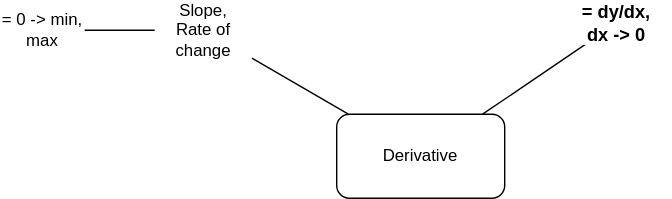
Earlier version of the draw.io export math/resources/calculus.drawio.svg (hungcq/knowledge-repo). Source tidied: cells renumbered, new cells last; positions are measured from the earlier drawing's top-left corner, leaving out a move shared by most shapes. The source it was exported from:
```xml
<mxGraphModel>
  <root>
    <mxCell id="0" />
    <mxCell id="1" parent="0" />
    <mxCell id="2" style="rounded=0;jettySize=auto;html=1;endArrow=none;endFill=0;" parent="1" edge="1" source="4" target="6">
      <mxGeometry relative="1" as="geometry" />
    </mxCell>
    <mxCell id="3" style="edgeStyle=none;shape=connector;rounded=0;jettySize=auto;html=1;strokeColor=default;align=center;verticalAlign=middle;fontFamily=Helvetica;fontSize=11;fontColor=default;labelBackgroundColor=default;endArrow=none;endFill=0;" parent="1" edge="1" source="4" target="8">
      <mxGeometry relative="1" as="geometry" />
    </mxCell>
    <mxCell id="4" value="Derivative" style="rounded=1;whiteSpace=wrap;html=1;labelBackgroundColor=default;" parent="1" vertex="1">
      <mxGeometry x="240" y="80" width="120" height="60" as="geometry" />
    </mxCell>
    <mxCell id="5" style="rounded=0;jettySize=auto;html=1;endArrow=none;endFill=0;" parent="1" edge="1" source="6" target="7">
      <mxGeometry relative="1" as="geometry" />
    </mxCell>
    <mxCell id="6" value="Slope,&lt;br&gt;Rate of change" style="text;html=1;align=center;verticalAlign=middle;whiteSpace=wrap;rounded=0;" parent="1" vertex="1">
      <mxGeometry x="110" width="70" height="40" as="geometry" />
    </mxCell>
    <mxCell id="7" value="= 0 -&amp;gt; min, max" style="text;html=1;align=center;verticalAlign=middle;whiteSpace=wrap;rounded=0;" parent="1" vertex="1">
      <mxGeometry y="5" width="60" height="30" as="geometry" />
    </mxCell>
    <mxCell id="8" value="= dy/dx,&lt;br&gt;dx -&amp;gt; 0" style="text;html=1;align=center;verticalAlign=middle;whiteSpace=wrap;rounded=0;fontFamily=Helvetica;fontSize=13;fontColor=default;labelBackgroundColor=default;fontStyle=1;" parent="1" vertex="1">
      <mxGeometry x="400" width="80" height="30" as="geometry" />
    </mxCell>
  </root>
</mxGraphModel>
```
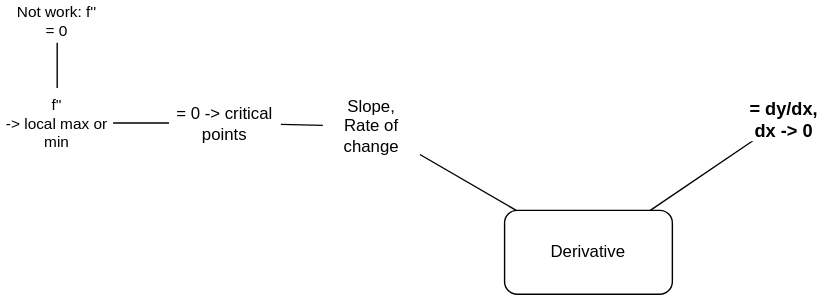
The same diagram one commit later.

Change to the diagram source:
```diff
@@ -17,11 +17,23 @@
     <mxCell id="6" value="Slope,&lt;br&gt;Rate of change" style="text;html=1;align=center;verticalAlign=middle;whiteSpace=wrap;rounded=0;" parent="1" vertex="1">
       <mxGeometry x="110" width="70" height="40" as="geometry" />
     </mxCell>
+    <mxCell id="9" style="edgeStyle=none;shape=connector;rounded=0;jettySize=auto;html=1;strokeColor=default;align=center;verticalAlign=middle;fontFamily=Helvetica;fontSize=11;fontColor=default;labelBackgroundColor=default;endArrow=none;endFill=0;" parent="1" edge="1" source="7" target="11">
+      <mxGeometry relative="1" as="geometry" />
+    </mxCell>
-    <mxCell id="7" value="= 0 -&amp;gt; min, max" style="text;html=1;align=center;verticalAlign=middle;whiteSpace=wrap;rounded=0;" parent="1" vertex="1">
-      <mxGeometry y="5" width="60" height="30" as="geometry" />
+    <mxCell id="7" value="= 0 -&amp;gt; critical points" style="text;html=1;align=center;verticalAlign=middle;whiteSpace=wrap;rounded=0;" parent="1" vertex="1">
+      <mxGeometry width="80" height="35" as="geometry" />
     </mxCell>
     <mxCell id="8" value="= dy/dx,&lt;br&gt;dx -&amp;gt; 0" style="text;html=1;align=center;verticalAlign=middle;whiteSpace=wrap;rounded=0;fontFamily=Helvetica;fontSize=13;fontColor=default;labelBackgroundColor=default;fontStyle=1;" parent="1" vertex="1">
       <mxGeometry x="400" width="80" height="30" as="geometry" />
     </mxCell>
+    <mxCell id="10" style="edgeStyle=none;shape=connector;rounded=0;jettySize=auto;html=1;strokeColor=default;align=center;verticalAlign=middle;fontFamily=Helvetica;fontSize=11;fontColor=default;labelBackgroundColor=default;endArrow=none;endFill=0;" parent="1" edge="1" source="11" target="12">
+      <mxGeometry relative="1" as="geometry" />
+    </mxCell>
+    <mxCell id="11" value="f''&lt;br&gt;-&amp;gt; local max or min" style="text;html=1;align=center;verticalAlign=middle;whiteSpace=wrap;rounded=0;fontFamily=Helvetica;fontSize=11;fontColor=default;labelBackgroundColor=default;" parent="1" vertex="1">
+      <mxGeometry x="-120" y="-7.5" width="80" height="50" as="geometry" />
+    </mxCell>
+    <mxCell id="12" value="Not work: f'' = 0" style="text;html=1;align=center;verticalAlign=middle;whiteSpace=wrap;rounded=0;fontFamily=Helvetica;fontSize=11;fontColor=default;labelBackgroundColor=default;" parent="1" vertex="1">
+      <mxGeometry x="-110" y="-70" width="60" height="30" as="geometry" />
+    </mxCell>
   </root>
 </mxGraphModel>
```
